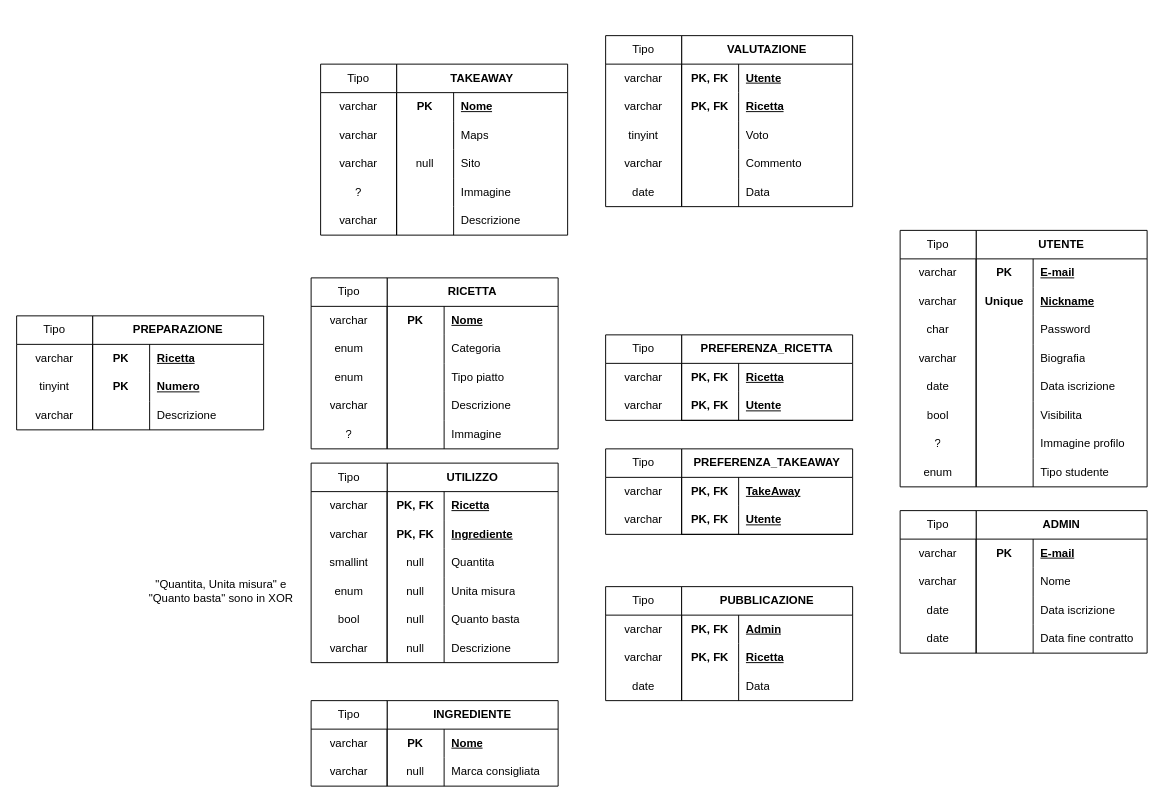
Before: page "Page-1" (1 of 2) of DB uni-cooked.drawio in Uni-cooked/uni-cooked, a draw.io diagram. Source tidied: cells renumbered, new cells numbered last; positions are measured from the earlier drawing's top-left corner, leaving out a move shared by most shapes. Both pictures are drawn from the tidied source at 95%, with x=0, y=0 at pixel (16, 35).
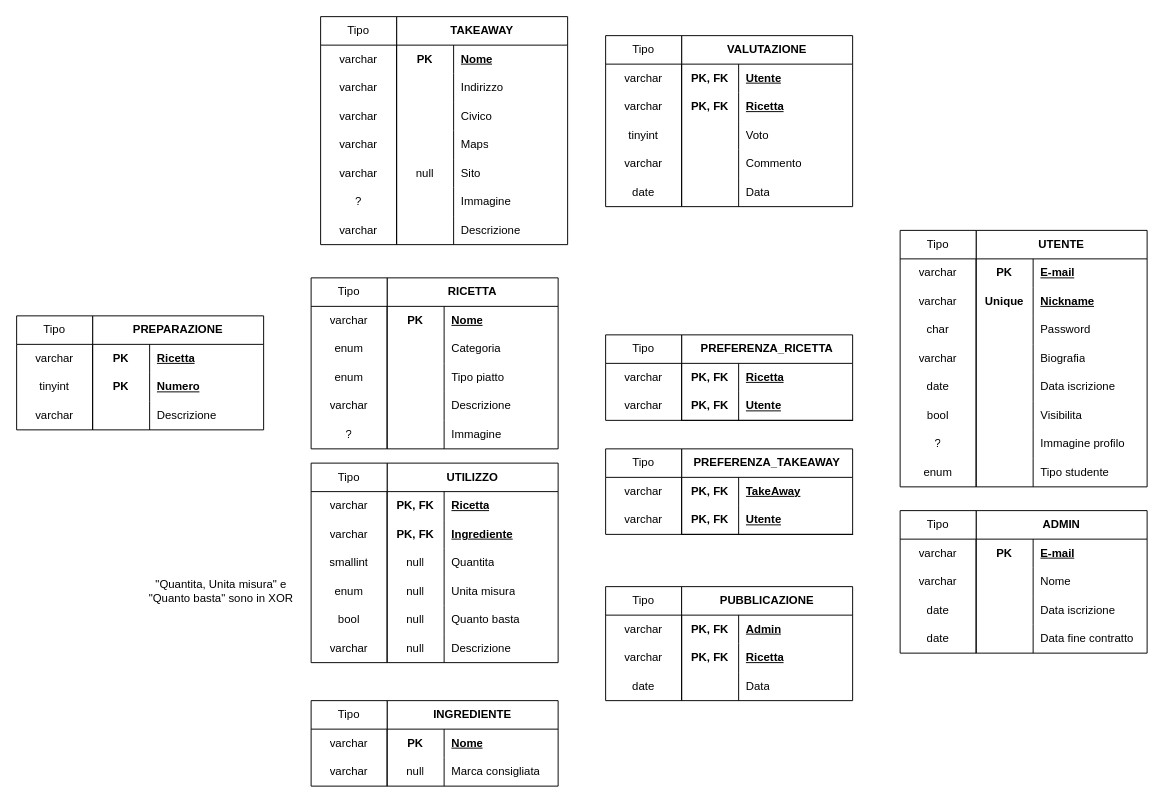
Above is the later version.

What changed in the source:
```diff
@@
     <mxCell id="183" value="TAKEAWAY" style="shape=table;startSize=30;childLayout=tableLayout;rowLines=0;fontStyle=1;align=center;html=1;whiteSpace=wrap;" parent="1" vertex="1">
-      <mxGeometry x="400" y="30" width="180" height="180" as="geometry" />
+      <mxGeometry x="400" y="-20" width="180" height="240" as="geometry" />
     </mxCell>
@@
+    <mxCell id="205" style="shape=tableRow;horizontal=0;startSize=0;swimlaneHead=0;swimlaneBody=0;fillColor=none;top=0;left=0;right=0;bottom=0;html=1;" parent="183" vertex="1">
+      <mxGeometry y="60" width="180" height="30" as="geometry" />
+    </mxCell>
+    <mxCell id="206" style="shape=partialRectangle;fillColor=none;top=0;left=0;bottom=0;right=0;overflow=hidden;html=1;whiteSpace=wrap;" parent="205" vertex="1">
+      <mxGeometry width="60" height="30" as="geometry" />
+    </mxCell>
+    <mxCell id="207" value="Indirizzo" style="shape=partialRectangle;fillColor=none;top=0;left=0;bottom=0;right=0;align=left;spacingLeft=6;overflow=hidden;html=1;whiteSpace=wrap;" parent="205" vertex="1">
+      <mxGeometry x="60" width="120" height="30" as="geometry" />
+    </mxCell>
+    <mxCell id="208" style="shape=tableRow;horizontal=0;startSize=0;swimlaneHead=0;swimlaneBody=0;fillColor=none;top=0;left=0;right=0;bottom=0;html=1;" parent="183" vertex="1">
+      <mxGeometry y="90" width="180" height="30" as="geometry" />
+    </mxCell>
+    <mxCell id="209" style="shape=partialRectangle;fillColor=none;top=0;left=0;bottom=0;right=0;overflow=hidden;html=1;whiteSpace=wrap;" parent="208" vertex="1">
+      <mxGeometry width="60" height="30" as="geometry" />
+    </mxCell>
+    <mxCell id="210" value="Civico" style="shape=partialRectangle;fillColor=none;top=0;left=0;bottom=0;right=0;align=left;spacingLeft=6;overflow=hidden;html=1;whiteSpace=wrap;" parent="208" vertex="1">
+      <mxGeometry x="60" width="120" height="30" as="geometry" />
+    </mxCell>
     <mxCell id="187" style="shape=tableRow;horizontal=0;startSize=0;swimlaneHead=0;swimlaneBody=0;fillColor=none;top=0;left=0;right=0;bottom=0;html=1;" parent="183" vertex="1">
-      <mxGeometry y="60" width="180" height="30" as="geometry" />
+      <mxGeometry y="120" width="180" height="30" as="geometry" />
     </mxCell>
@@
     <mxCell id="190" style="shape=tableRow;horizontal=0;startSize=0;swimlaneHead=0;swimlaneBody=0;fillColor=none;top=0;left=0;right=0;bottom=0;html=1;" parent="183" vertex="1">
-      <mxGeometry y="90" width="180" height="30" as="geometry" />
+      <mxGeometry y="150" width="180" height="30" as="geometry" />
     </mxCell>
@@
     <mxCell id="193" style="shape=tableRow;horizontal=0;startSize=0;swimlaneHead=0;swimlaneBody=0;fillColor=none;top=0;left=0;right=0;bottom=0;html=1;" parent="183" vertex="1">
-      <mxGeometry y="120" width="180" height="30" as="geometry" />
+      <mxGeometry y="180" width="180" height="30" as="geometry" />
     </mxCell>
@@
     <mxCell id="196" style="shape=tableRow;horizontal=0;startSize=0;swimlaneHead=0;swimlaneBody=0;fillColor=none;top=0;left=0;right=0;bottom=0;html=1;" parent="183" vertex="1">
-      <mxGeometry y="150" width="180" height="30" as="geometry" />
+      <mxGeometry y="210" width="180" height="30" as="geometry" />
     </mxCell>
@@
     <mxCell id="199" value="Tipo" style="swimlane;fontStyle=0;horizontal=1;startSize=30;whiteSpace=wrap;html=1;" parent="1" vertex="1">
-      <mxGeometry x="320" y="30" width="80" height="180" as="geometry" />
+      <mxGeometry x="320" y="-20" width="80" height="240" as="geometry" />
     </mxCell>
@@
+    <mxCell id="211" value="varchar" style="text;strokeColor=none;fillColor=none;align=center;verticalAlign=middle;spacingLeft=4;spacingRight=4;overflow=hidden;whiteSpace=wrap;html=1;" parent="199" vertex="1">
+      <mxGeometry y="90" width="80" height="30" as="geometry" />
+    </mxCell>
+    <mxCell id="212" value="varchar" style="text;strokeColor=none;fillColor=none;align=center;verticalAlign=middle;spacingLeft=4;spacingRight=4;overflow=hidden;whiteSpace=wrap;html=1;" parent="199" vertex="1">
+      <mxGeometry y="120" width="80" height="30" as="geometry" />
+    </mxCell>
     <mxCell id="202" value="varchar" style="text;strokeColor=none;fillColor=none;align=center;verticalAlign=middle;spacingLeft=4;spacingRight=4;overflow=hidden;whiteSpace=wrap;html=1;" parent="199" vertex="1">
-      <mxGeometry y="90" width="80" height="30" as="geometry" />
+      <mxGeometry y="150" width="80" height="30" as="geometry" />
     </mxCell>
     <mxCell id="203" value="?" style="text;strokeColor=none;fillColor=none;align=center;verticalAlign=middle;spacingLeft=4;spacingRight=4;overflow=hidden;whiteSpace=wrap;html=1;" parent="199" vertex="1">
-      <mxGeometry y="120" width="80" height="30" as="geometry" />
+      <mxGeometry y="180" width="80" height="30" as="geometry" />
     </mxCell>
     <mxCell id="204" value="varchar" style="text;strokeColor=none;fillColor=none;align=center;verticalAlign=middle;spacingLeft=4;spacingRight=4;overflow=hidden;whiteSpace=wrap;html=1;" parent="199" vertex="1">
-      <mxGeometry y="150" width="80" height="30" as="geometry" />
+      <mxGeometry y="210" width="80" height="30" as="geometry" />
     </mxCell>
```
